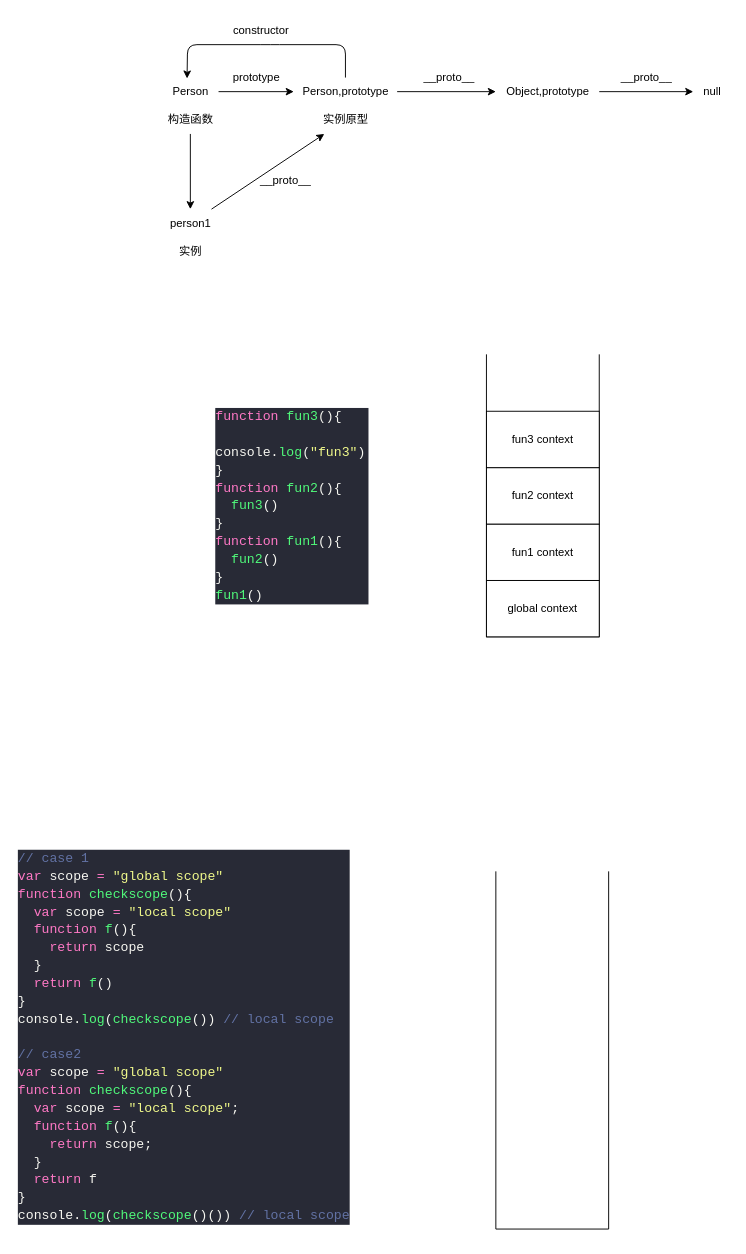
This is page "原型 原型链" (1 of 2) of Javascript/note.dio from JacobSuCHN/Front-end, a draw.io file, before an edit. Source tidied: cells renumbered, new cells numbered last; positions are measured from the earlier drawing's top-left corner, leaving out a move shared by most shapes. Both pictures are drawn from the tidied source at 94%, with x=0, y=0 at pixel (16, 16).
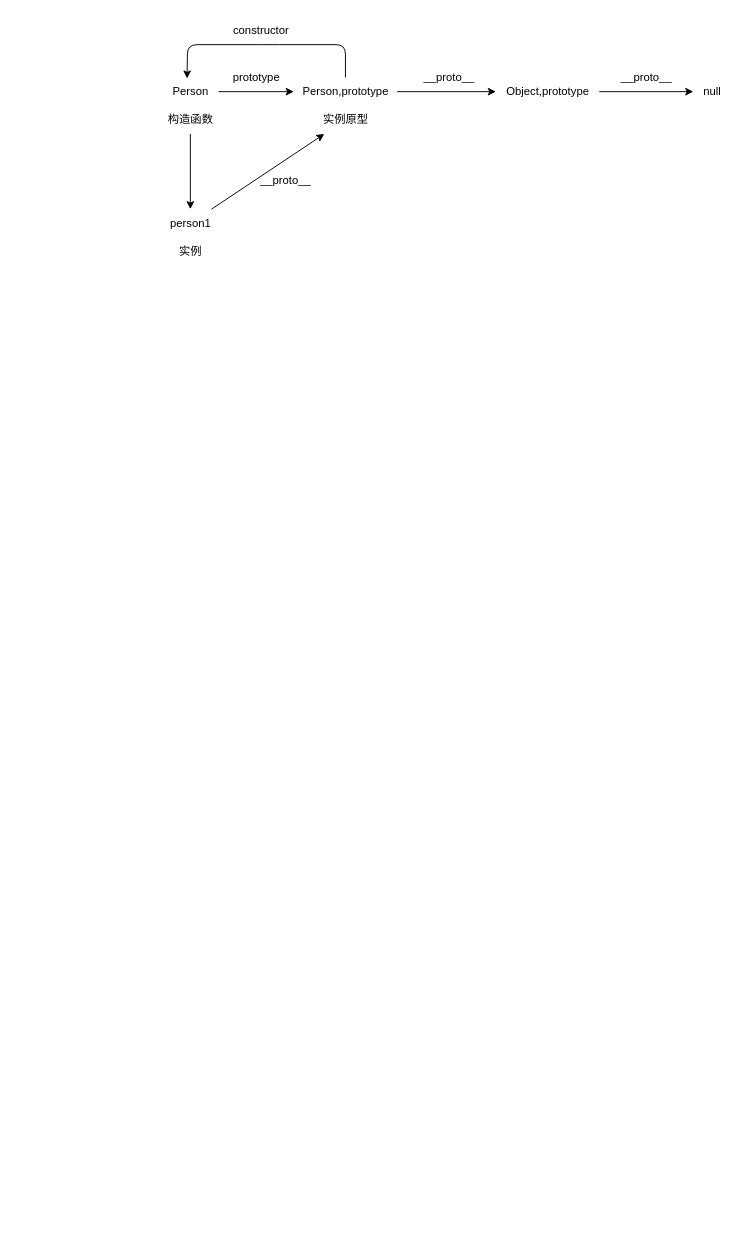
After the change.

Change to the diagram source:
```diff
@@
-    <mxCell id="21" value="&lt;div style=&quot;color: rgb(248, 248, 242); background-color: rgb(40, 42, 54); font-family: Consolas, &amp;quot;Courier New&amp;quot;, monospace; font-weight: normal; font-size: 14px; line-height: 19px;&quot;&gt;&lt;div&gt;&lt;span style=&quot;color: #ff79c6;&quot;&gt;function&lt;/span&gt;&lt;span style=&quot;color: #f8f8f2;&quot;&gt; &lt;/span&gt;&lt;span style=&quot;color: #50fa7b;&quot;&gt;fun3&lt;/span&gt;&lt;span style=&quot;color: #f8f8f2;&quot;&gt;(){&lt;/span&gt;&lt;/div&gt;&lt;div&gt;&lt;span style=&quot;color: #f8f8f2;&quot;&gt;&amp;nbsp; console.&lt;/span&gt;&lt;span style=&quot;color: #50fa7b;&quot;&gt;log&lt;/span&gt;&lt;span style=&quot;color: #f8f8f2;&quot;&gt;(&lt;/span&gt;&lt;span style=&quot;color: #e9f284;&quot;&gt;&quot;&lt;/span&gt;&lt;span style=&quot;color: #f1fa8c;&quot;&gt;fun3&lt;/span&gt;&lt;span style=&quot;color: #e9f284;&quot;&gt;&quot;&lt;/span&gt;&lt;span style=&quot;color: #f8f8f2;&quot;&gt;)&lt;/span&gt;&lt;/div&gt;&lt;div&gt;&lt;span style=&quot;color: #f8f8f2;&quot;&gt;}&lt;/span&gt;&lt;/div&gt;&lt;div&gt;&lt;span style=&quot;color: #ff79c6;&quot;&gt;function&lt;/span&gt;&lt;span style=&quot;color: #f8f8f2;&quot;&gt; &lt;/span&gt;&lt;span style=&quot;color: #50fa7b;&quot;&gt;fun2&lt;/span&gt;&lt;span style=&quot;color: #f8f8f2;&quot;&gt;(){&lt;/span&gt;&lt;/div&gt;&lt;div&gt;&lt;span style=&quot;color: #f8f8f2;&quot;&gt;&amp;nbsp; &lt;/span&gt;&lt;span style=&quot;color: #50fa7b;&quot;&gt;fun3&lt;/span&gt;&lt;span style=&quot;color: #f8f8f2;&quot;&gt;()&lt;/span&gt;&lt;/div&gt;&lt;div&gt;&lt;span style=&quot;color: #f8f8f2;&quot;&gt;}&lt;/span&gt;&lt;/div&gt;&lt;div&gt;&lt;span style=&quot;color: #ff79c6;&quot;&gt;function&lt;/span&gt;&lt;span style=&quot;color: #f8f8f2;&quot;&gt; &lt;/span&gt;&lt;span style=&quot;color: #50fa7b;&quot;&gt;fun1&lt;/span&gt;&lt;span style=&quot;color: #f8f8f2;&quot;&gt;(){&lt;/span&gt;&lt;/div&gt;&lt;div&gt;&lt;span style=&quot;color: #f8f8f2;&quot;&gt;&amp;nbsp; &lt;/span&gt;&lt;span style=&quot;color: #50fa7b;&quot;&gt;fun2&lt;/span&gt;&lt;span style=&quot;color: #f8f8f2;&quot;&gt;()&lt;/span&gt;&lt;/div&gt;&lt;div&gt;&lt;span style=&quot;color: #f8f8f2;&quot;&gt;}&lt;/span&gt;&lt;/div&gt;&lt;div&gt;&lt;span style=&quot;color: #50fa7b;&quot;&gt;fun1&lt;/span&gt;&lt;span style=&quot;color: #f8f8f2;&quot;&gt;()&lt;/span&gt;&lt;/div&gt;&lt;/div&gt;" style="text;whiteSpace=wrap;html=1;" parent="1" vertex="1">
-      <mxGeometry x="210" y="410" width="165" height="200" as="geometry" />
-    </mxCell>
-    <mxCell id="22" style="shape=partialRectangle;whiteSpace=wrap;html=1;bottom=1;right=1;left=1;top=0;fillColor=none;routingCenterX=-0.5;" parent="1" vertex="1">
-      <mxGeometry x="500" y="360" width="120" height="300" as="geometry" />
-    </mxCell>
-    <mxCell id="23" value="global context" style="rounded=0;whiteSpace=wrap;html=1;" parent="1" vertex="1">
-      <mxGeometry x="500" y="600" width="120" height="60" as="geometry" />
-    </mxCell>
-    <mxCell id="24" value="fun1 context" style="rounded=0;whiteSpace=wrap;html=1;" parent="1" vertex="1">
-      <mxGeometry x="500" y="540" width="120" height="60" as="geometry" />
-    </mxCell>
-    <mxCell id="25" value="fun2 context" style="rounded=0;whiteSpace=wrap;html=1;" parent="1" vertex="1">
-      <mxGeometry x="500" y="480" width="120" height="60" as="geometry" />
-    </mxCell>
-    <mxCell id="26" value="fun3 context" style="rounded=0;whiteSpace=wrap;html=1;" parent="1" vertex="1">
-      <mxGeometry x="500" y="420" width="120" height="60" as="geometry" />
-    </mxCell>
-    <mxCell id="27" value="&lt;div style=&quot;color: rgb(248, 248, 242); background-color: rgb(40, 42, 54); font-family: Consolas, &amp;quot;Courier New&amp;quot;, monospace; font-weight: normal; font-size: 14px; line-height: 19px;&quot;&gt;&lt;div&gt;&lt;span style=&quot;color: #6272a4;&quot;&gt;// case 1&lt;/span&gt;&lt;/div&gt;&lt;div&gt;&lt;span style=&quot;color: #ff79c6;&quot;&gt;var&lt;/span&gt;&lt;span style=&quot;color: #f8f8f2;&quot;&gt; scope &lt;/span&gt;&lt;span style=&quot;color: #ff79c6;&quot;&gt;=&lt;/span&gt;&lt;span style=&quot;color: #f8f8f2;&quot;&gt; &lt;/span&gt;&lt;span style=&quot;color: #e9f284;&quot;&gt;&quot;&lt;/span&gt;&lt;span style=&quot;color: #f1fa8c;&quot;&gt;global scope&lt;/span&gt;&lt;span style=&quot;color: #e9f284;&quot;&gt;&quot;&lt;/span&gt;&lt;/div&gt;&lt;div&gt;&lt;span style=&quot;color: #ff79c6;&quot;&gt;function&lt;/span&gt;&lt;span style=&quot;color: #f8f8f2;&quot;&gt; &lt;/span&gt;&lt;span style=&quot;color: #50fa7b;&quot;&gt;checkscope&lt;/span&gt;&lt;span style=&quot;color: #f8f8f2;&quot;&gt;(){&lt;/span&gt;&lt;/div&gt;&lt;div&gt;&lt;span style=&quot;color: #f8f8f2;&quot;&gt;&amp;nbsp; &lt;/span&gt;&lt;span style=&quot;color: #ff79c6;&quot;&gt;var&lt;/span&gt;&lt;span style=&quot;color: #f8f8f2;&quot;&gt; scope &lt;/span&gt;&lt;span style=&quot;color: #ff79c6;&quot;&gt;=&lt;/span&gt;&lt;span style=&quot;color: #f8f8f2;&quot;&gt; &lt;/span&gt;&lt;span style=&quot;color: #e9f284;&quot;&gt;&quot;&lt;/span&gt;&lt;span style=&quot;color: #f1fa8c;&quot;&gt;local scope&lt;/span&gt;&lt;span style=&quot;color: #e9f284;&quot;&gt;&quot;&lt;/span&gt;&lt;/div&gt;&lt;div&gt;&lt;span style=&quot;color: #f8f8f2;&quot;&gt;&amp;nbsp; &lt;/span&gt;&lt;span style=&quot;color: #ff79c6;&quot;&gt;function&lt;/span&gt;&lt;span style=&quot;color: #f8f8f2;&quot;&gt; &lt;/span&gt;&lt;span style=&quot;color: #50fa7b;&quot;&gt;f&lt;/span&gt;&lt;span style=&quot;color: #f8f8f2;&quot;&gt;(){&lt;/span&gt;&lt;/div&gt;&lt;div&gt;&lt;span style=&quot;color: #f8f8f2;&quot;&gt;&amp;nbsp; &amp;nbsp; &lt;/span&gt;&lt;span style=&quot;color: #ff79c6;&quot;&gt;return&lt;/span&gt;&lt;span style=&quot;color: #f8f8f2;&quot;&gt; scope&lt;/span&gt;&lt;/div&gt;&lt;div&gt;&lt;span style=&quot;color: #f8f8f2;&quot;&gt;&amp;nbsp; }&lt;/span&gt;&lt;/div&gt;&lt;div&gt;&lt;span style=&quot;color: #f8f8f2;&quot;&gt;&amp;nbsp; &lt;/span&gt;&lt;span style=&quot;color: #ff79c6;&quot;&gt;return&lt;/span&gt;&lt;span style=&quot;color: #f8f8f2;&quot;&gt; &lt;/span&gt;&lt;span style=&quot;color: #50fa7b;&quot;&gt;f&lt;/span&gt;&lt;span style=&quot;color: #f8f8f2;&quot;&gt;()&lt;/span&gt;&lt;/div&gt;&lt;div&gt;&lt;span style=&quot;color: #f8f8f2;&quot;&gt;}&lt;/span&gt;&lt;/div&gt;&lt;div&gt;&lt;span style=&quot;color: #f8f8f2;&quot;&gt;console.&lt;/span&gt;&lt;span style=&quot;color: #50fa7b;&quot;&gt;log&lt;/span&gt;&lt;span style=&quot;color: #f8f8f2;&quot;&gt;(&lt;/span&gt;&lt;span style=&quot;color: #50fa7b;&quot;&gt;checkscope&lt;/span&gt;&lt;span style=&quot;color: #f8f8f2;&quot;&gt;()) &lt;/span&gt;&lt;span style=&quot;color: #6272a4;&quot;&gt;// local scope&lt;/span&gt;&lt;/div&gt;&lt;br&gt;&lt;div&gt;&lt;span style=&quot;color: #6272a4;&quot;&gt;// case2&lt;/span&gt;&lt;/div&gt;&lt;div&gt;&lt;span style=&quot;color: #ff79c6;&quot;&gt;var&lt;/span&gt;&lt;span style=&quot;color: #f8f8f2;&quot;&gt; scope &lt;/span&gt;&lt;span style=&quot;color: #ff79c6;&quot;&gt;=&lt;/span&gt;&lt;span style=&quot;color: #f8f8f2;&quot;&gt; &lt;/span&gt;&lt;span style=&quot;color: #e9f284;&quot;&gt;&quot;&lt;/span&gt;&lt;span style=&quot;color: #f1fa8c;&quot;&gt;global scope&lt;/span&gt;&lt;span style=&quot;color: #e9f284;&quot;&gt;&quot;&lt;/span&gt;&lt;/div&gt;&lt;div&gt;&lt;span style=&quot;color: #ff79c6;&quot;&gt;function&lt;/span&gt;&lt;span style=&quot;color: #f8f8f2;&quot;&gt; &lt;/span&gt;&lt;span style=&quot;color: #50fa7b;&quot;&gt;checkscope&lt;/span&gt;&lt;span style=&quot;color: #f8f8f2;&quot;&gt;(){&lt;/span&gt;&lt;/div&gt;&lt;div&gt;&lt;span style=&quot;color: #f8f8f2;&quot;&gt;&amp;nbsp; &lt;/span&gt;&lt;span style=&quot;color: #ff79c6;&quot;&gt;var&lt;/span&gt;&lt;span style=&quot;color: #f8f8f2;&quot;&gt; scope &lt;/span&gt;&lt;span style=&quot;color: #ff79c6;&quot;&gt;=&lt;/span&gt;&lt;span style=&quot;color: #f8f8f2;&quot;&gt; &lt;/span&gt;&lt;span style=&quot;color: #e9f284;&quot;&gt;&quot;&lt;/span&gt;&lt;span style=&quot;color: #f1fa8c;&quot;&gt;local scope&lt;/span&gt;&lt;span style=&quot;color: #e9f284;&quot;&gt;&quot;&lt;/span&gt;&lt;span style=&quot;color: #f8f8f2;&quot;&gt;;&lt;/span&gt;&lt;/div&gt;&lt;div&gt;&lt;span style=&quot;color: #f8f8f2;&quot;&gt;&amp;nbsp; &lt;/span&gt;&lt;span style=&quot;color: #ff79c6;&quot;&gt;function&lt;/span&gt;&lt;span style=&quot;color: #f8f8f2;&quot;&gt; &lt;/span&gt;&lt;span style=&quot;color: #50fa7b;&quot;&gt;f&lt;/span&gt;&lt;span style=&quot;color: #f8f8f2;&quot;&gt;(){&lt;/span&gt;&lt;/div&gt;&lt;div&gt;&lt;span style=&quot;color: #f8f8f2;&quot;&gt;&amp;nbsp; &amp;nbsp; &lt;/span&gt;&lt;span style=&quot;color: #ff79c6;&quot;&gt;return&lt;/span&gt;&lt;span style=&quot;color: #f8f8f2;&quot;&gt; scope;&lt;/span&gt;&lt;/div&gt;&lt;div&gt;&lt;span style=&quot;color: #f8f8f2;&quot;&gt;&amp;nbsp; }&lt;/span&gt;&lt;/div&gt;&lt;div&gt;&lt;span style=&quot;color: #f8f8f2;&quot;&gt;&amp;nbsp; &lt;/span&gt;&lt;span style=&quot;color: #ff79c6;&quot;&gt;return&lt;/span&gt;&lt;span style=&quot;color: #f8f8f2;&quot;&gt; f&lt;/span&gt;&lt;/div&gt;&lt;div&gt;&lt;span style=&quot;color: #f8f8f2;&quot;&gt;}&lt;/span&gt;&lt;/div&gt;&lt;div&gt;&lt;span style=&quot;color: #f8f8f2;&quot;&gt;console.&lt;/span&gt;&lt;span style=&quot;color: #50fa7b;&quot;&gt;log&lt;/span&gt;&lt;span style=&quot;color: #f8f8f2;&quot;&gt;(&lt;/span&gt;&lt;span style=&quot;color: #50fa7b;&quot;&gt;checkscope&lt;/span&gt;&lt;span style=&quot;color: #f8f8f2;&quot;&gt;()()) &lt;/span&gt;&lt;span style=&quot;color: #6272a4;&quot;&gt;// local scope&lt;/span&gt;&lt;/div&gt;&lt;/div&gt;" style="text;whiteSpace=wrap;html=1;" parent="1" vertex="1">
-      <mxGeometry y="880" width="360" height="420" as="geometry" />
-    </mxCell>
-    <mxCell id="28" style="shape=partialRectangle;whiteSpace=wrap;html=1;bottom=1;right=1;left=1;top=0;fillColor=none;routingCenterX=-0.5;" parent="1" vertex="1">
-      <mxGeometry x="510" y="910" width="120" height="380" as="geometry" />
-    </mxCell>
```
